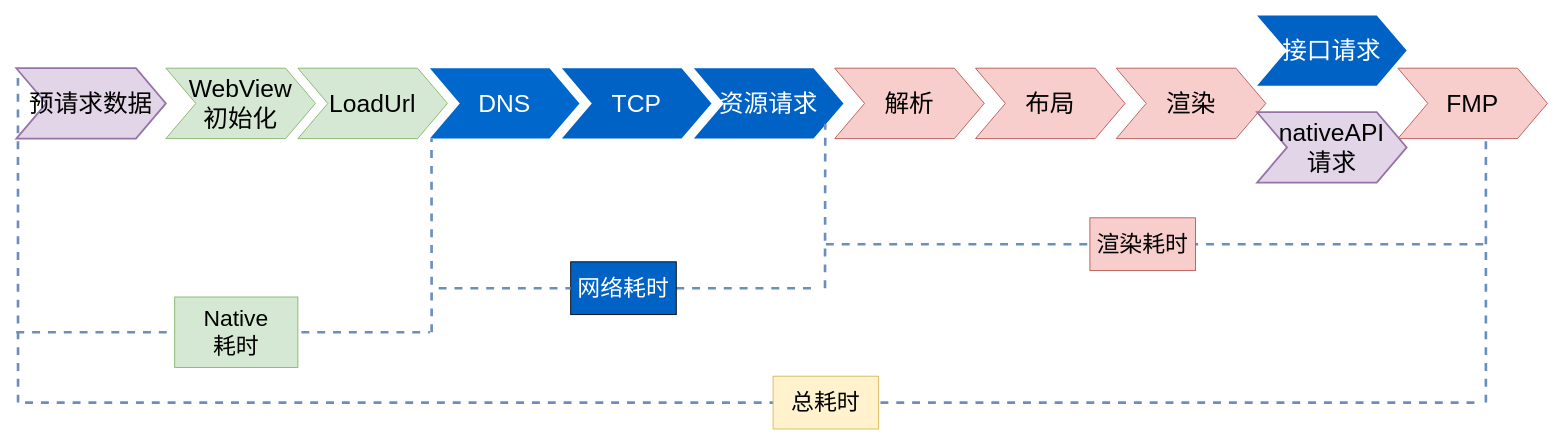
Earlier version of the draw.io diagram 预加载.drawio (hottaiger/gitTest). Source tidied: cells renumbered, new cells numbered last; positions are measured from the earlier drawing's top-left corner, leaving out a move shared by most shapes. Both pictures are drawn from the tidied source at 88%, with x=0, y=0 at pixel (16, 15).
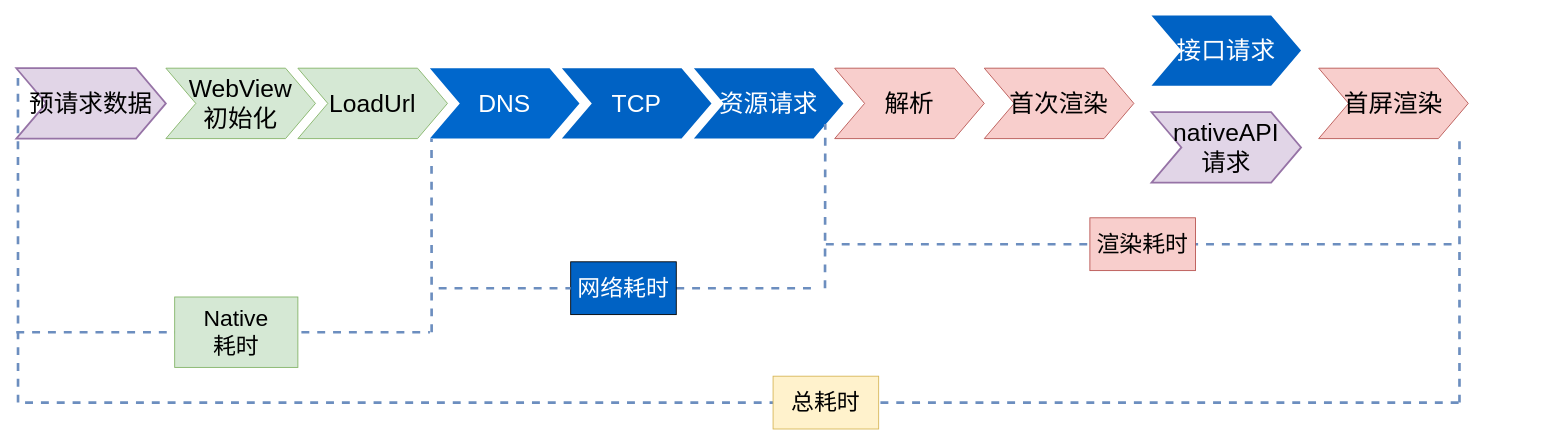
Above is the later version.

Commit message:
更新预加载.drawio

Diff of the diagram source:
```diff
@@
-    <mxCell id="8" value="布局" style="shape=step;whiteSpace=wrap;html=1;fontSize=28;fillColor=#f8cecc;strokeColor=#b85450;" parent="1" vertex="1">
-      <mxGeometry x="1090" y="60" width="170" height="80" as="geometry" />
-    </mxCell>
-    <mxCell id="9" value="渲染" style="shape=step;whiteSpace=wrap;html=1;fontSize=28;fillColor=#f8cecc;strokeColor=#b85450;" parent="1" vertex="1">
-      <mxGeometry x="1250" y="60" width="170" height="80" as="geometry" />
+    <mxCell id="9" value="首次渲染" style="shape=step;whiteSpace=wrap;html=1;fontSize=28;fillColor=#f8cecc;strokeColor=#b85450;" parent="1" vertex="1">
+      <mxGeometry x="1100" y="60" width="170" height="80" as="geometry" />
     </mxCell>
@@
     <mxCell id="15" style="endArrow=none;dashed=1;html=1;rounded=0;fontSize=26;strokeWidth=3;entryX=0.818;entryY=1.043;entryDx=0;entryDy=0;entryPerimeter=0;fillColor=#dae8fc;strokeColor=#6c8ebf;" parent="1" edge="1">
       <mxGeometry relative="1" as="geometry">
-        <mxPoint x="1670" y="440" as="sourcePoint" />
-        <mxPoint x="1670" y="140" as="targetPoint" />
+        <mxPoint x="1640" y="440" as="sourcePoint" />
+        <mxPoint x="1640" y="140" as="targetPoint" />
       </mxGeometry>
     </mxCell>
@@
     <mxCell id="17" style="endArrow=none;dashed=1;html=1;rounded=0;fontSize=26;fontColor=#FFFFFF;strokeWidth=3;fillColor=#dae8fc;strokeColor=#6c8ebf;" parent="1" edge="1">
       <mxGeometry relative="1" as="geometry">
         <mxPoint x="920" y="260" as="sourcePoint" />
-        <mxPoint x="1670" y="260" as="targetPoint" />
+        <mxPoint x="1640" y="260" as="targetPoint" />
       </mxGeometry>
     </mxCell>
@@
     <mxCell id="19" style="endArrow=none;dashed=1;html=1;rounded=0;fontSize=26;fontColor=#FFFFFF;strokeWidth=3;fillColor=#dae8fc;strokeColor=#6c8ebf;" parent="1" edge="1">
       <mxGeometry relative="1" as="geometry">
         <mxPoint x="10" y="440" as="sourcePoint" />
-        <mxPoint x="1660" y="440" as="targetPoint" />
+        <mxPoint x="1640" y="440" as="targetPoint" />
       </mxGeometry>
     </mxCell>
@@
     <mxCell id="21" value="接口请求" style="shape=step;whiteSpace=wrap;html=1;fontSize=28;fillColor=#0062C4;fontColor=#FFFFFF;strokeColor=none;" parent="1" vertex="1">
-      <mxGeometry x="1410" width="170" height="80" as="geometry" />
+      <mxGeometry x="1290" width="170" height="80" as="geometry" />
     </mxCell>
-    <mxCell id="22" value="FMP" style="shape=step;whiteSpace=wrap;html=1;fontSize=28;fillColor=#f8cecc;strokeColor=#b85450;" parent="1" vertex="1">
-      <mxGeometry x="1570" y="60" width="170" height="80" as="geometry" />
+    <mxCell id="22" value="首屏渲染" style="shape=step;whiteSpace=wrap;html=1;fontSize=28;fillColor=#f8cecc;strokeColor=#b85450;" parent="1" vertex="1">
+      <mxGeometry x="1480" y="60" width="170" height="80" as="geometry" />
     </mxCell>
@@
     <mxCell id="26" value="nativeAPI&lt;br&gt;请求" style="shape=step;whiteSpace=wrap;html=1;fontSize=28;fillColor=#e1d5e7;strokeColor=#9673a6;strokeWidth=2;" parent="1" vertex="1">
-      <mxGeometry x="1410" y="110" width="170" height="80" as="geometry" />
+      <mxGeometry x="1290" y="110" width="170" height="80" as="geometry" />
     </mxCell>
```
